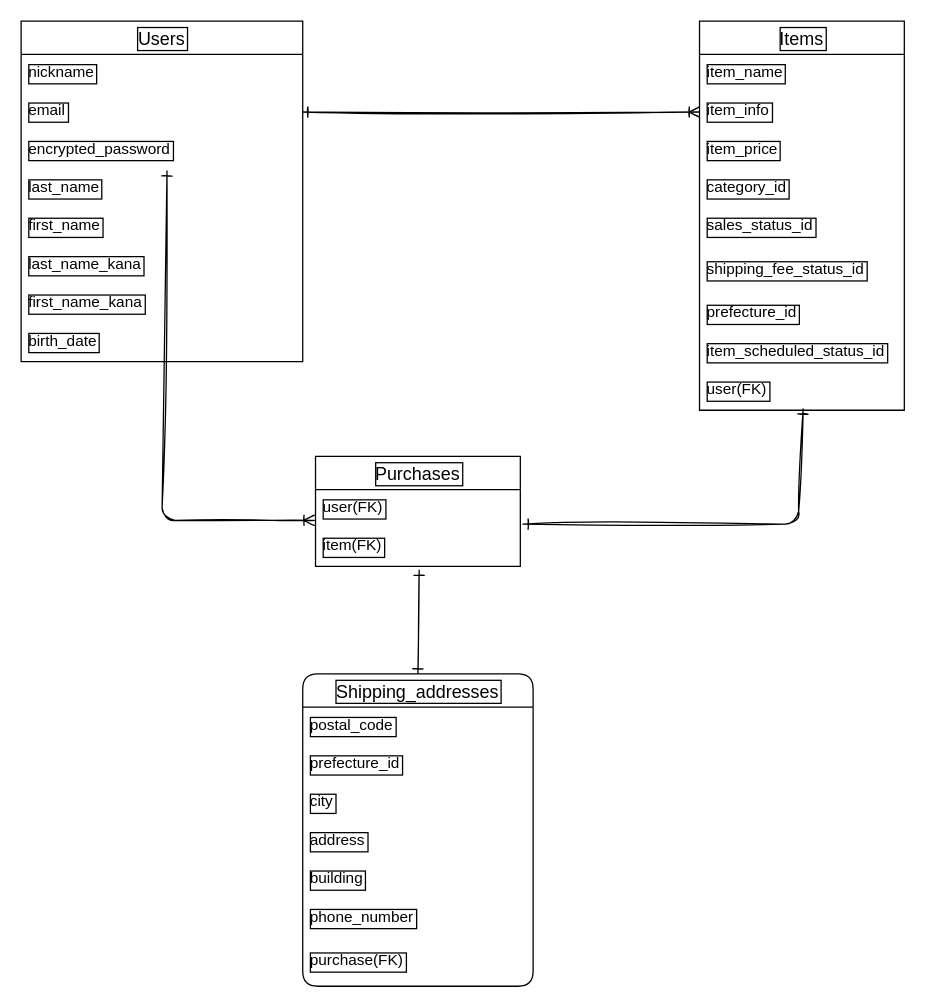
This is furima.dio from akiyuki-23/furima-38388, a draw.io file, before an edit. Source tidied: cells renumbered, new cells numbered last; positions are measured from the earlier drawing's top-left corner, leaving out a move shared by most shapes. Both pictures are drawn from the tidied source at 128%, with x=0, y=0 at pixel (20, 20).
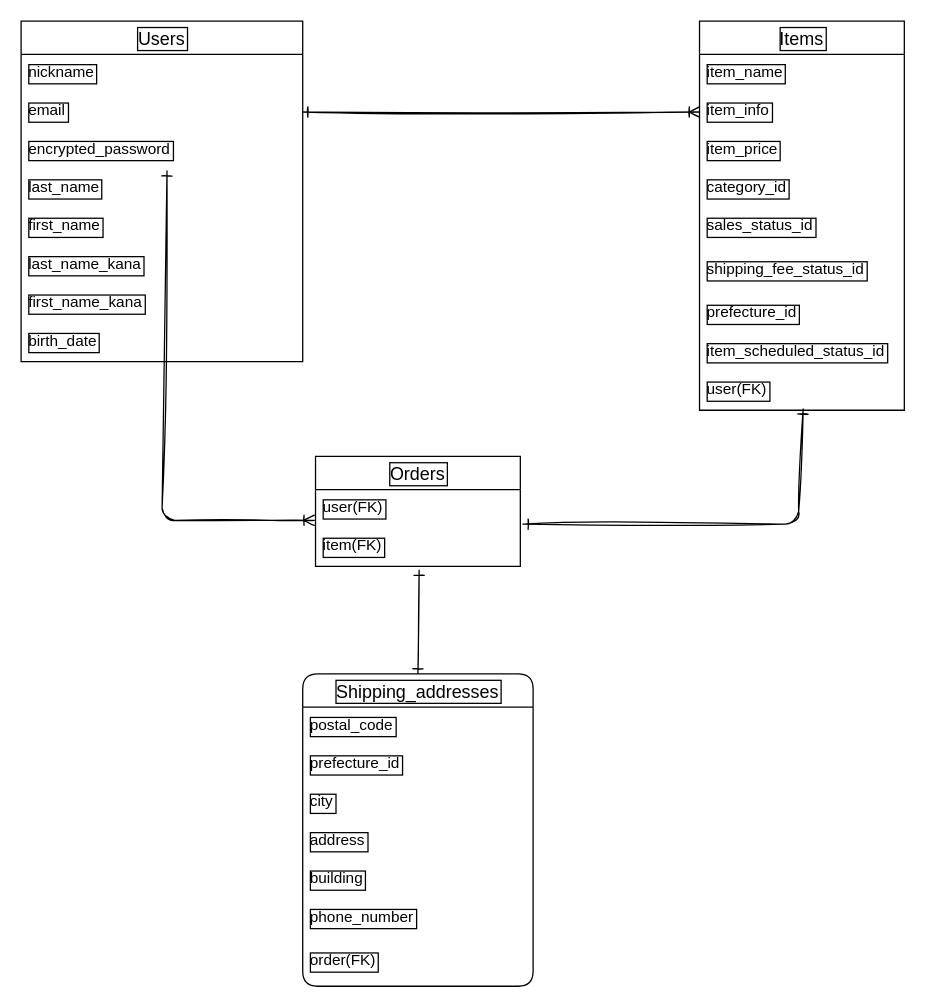
The same diagram, later.

Commit message (it also covers changes not shown here):
テーブル名の変更

Unchanged cells that the change refers to:
```xml
<mxCell id="25" value="Shipping_addresses" style="swimlane;fontStyle=0;horizontal=1;startSize=26;align=center;fontSize=14;labelBorderColor=default;rounded=1;" parent="1" vertex="1">
  <mxGeometry x="220" y="510" width="180" height="244" as="geometry" />
</mxCell>
```

The edit, as a diff of the source:
```diff
@@
-    <mxCell id="12" value="Purchases" style="swimlane;fontStyle=0;horizontal=1;startSize=26;align=center;fontSize=14;labelBorderColor=default;" parent="1" vertex="1">
+    <mxCell id="12" value="Orders" style="swimlane;fontStyle=0;horizontal=1;startSize=26;align=center;fontSize=14;labelBorderColor=default;" parent="1" vertex="1">
       <mxGeometry x="230" y="340" width="160" height="86" as="geometry" />
     </mxCell>
@@
-    <mxCell id="32" value="purchase(FK)" style="text;strokeColor=none;fillColor=none;spacingLeft=4;spacingRight=4;overflow=hidden;fontSize=12;labelBorderColor=default;" parent="25" vertex="1">
+    <mxCell id="32" value="order(FK)" style="text;strokeColor=none;fillColor=none;spacingLeft=4;spacingRight=4;overflow=hidden;fontSize=12;labelBorderColor=default;" parent="25" vertex="1">
       <mxGeometry y="210" width="180" height="34" as="geometry" />
     </mxCell>
```
